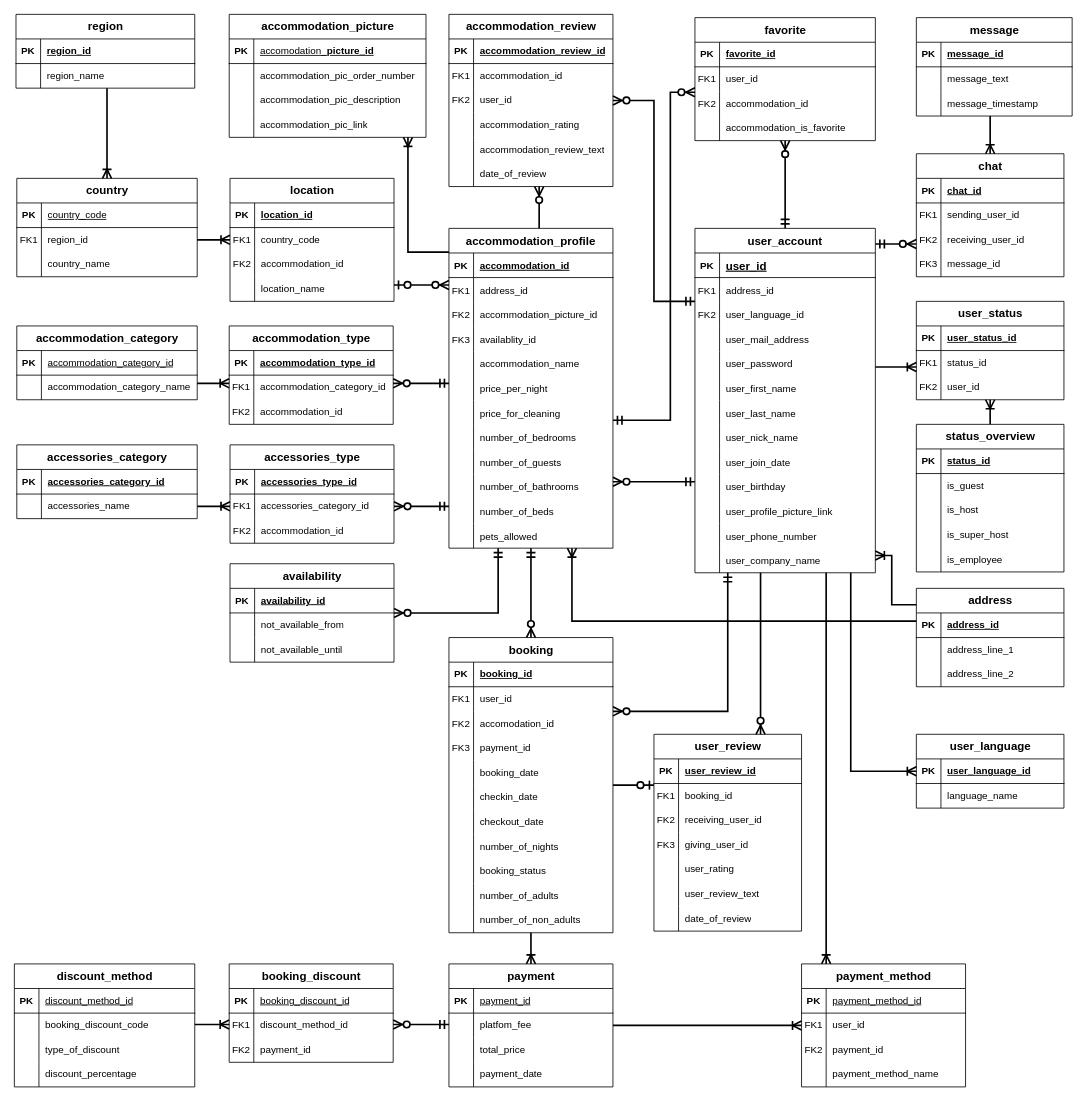
Before: Steffbnb.drawio in DaSteff91/SQL_Repo, a draw.io diagram. Source tidied: cells renumbered, new cells numbered last; positions are measured from the earlier drawing's top-left corner, leaving out a move shared by most shapes. Both pictures are drawn from the tidied source at 82%, with x=0, y=0 at pixel (14, 14).
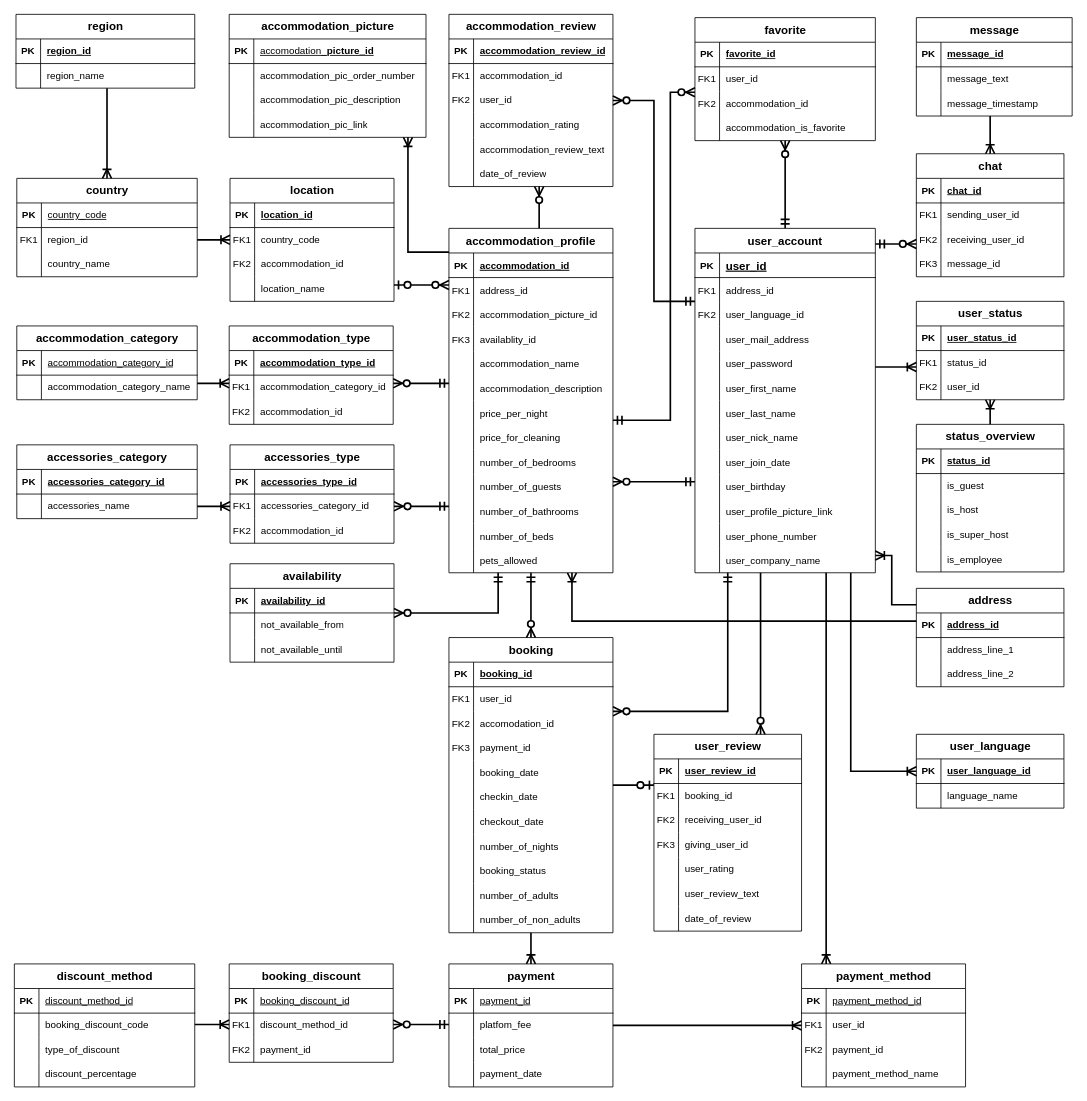
The same diagram, later.

Commit message:
Added accommodation_description in accommodation_profile

What changed in the source:
```diff
@@
     <mxCell id="42" value="accommodation_profile" style="shape=table;startSize=30;childLayout=tableLayout;rowLines=0;fontStyle=1;align=center;fontSize=14;labelBackgroundColor=none;" parent="1" vertex="1">
-      <mxGeometry x="530" y="261" width="200" height="390" as="geometry" />
+      <mxGeometry x="530" y="261" width="200" height="420" as="geometry" />
     </mxCell>
@@
+    <mxCell id="399" style="shape=partialRectangle;fillColor=none;top=0;left=0;right=0;bottom=0;labelBackgroundColor=none;" parent="42" vertex="1">
+      <mxGeometry y="180" width="200" height="30" as="geometry" />
+    </mxCell>
+    <mxCell id="400" style="shape=partialRectangle;overflow=hidden;fillColor=none;top=0;left=0;bottom=0;right=0;labelBackgroundColor=none;" parent="399" vertex="1">
+      <mxGeometry width="30" height="30" as="geometry" />
+    </mxCell>
+    <mxCell id="401" value="accommodation_description" style="shape=partialRectangle;overflow=hidden;fillColor=none;top=0;left=0;bottom=0;right=0;align=left;spacingLeft=6;labelBackgroundColor=none;" parent="399" vertex="1">
+      <mxGeometry x="30" width="170" height="30" as="geometry" />
+    </mxCell>
     <mxCell id="58" style="shape=partialRectangle;fillColor=none;top=0;left=0;right=0;bottom=0;labelBackgroundColor=none;" parent="42" vertex="1">
-      <mxGeometry y="180" width="200" height="30" as="geometry" />
+      <mxGeometry y="210" width="200" height="30" as="geometry" />
     </mxCell>
@@
     <mxCell id="61" style="shape=partialRectangle;fillColor=none;top=0;left=0;right=0;bottom=0;labelBackgroundColor=none;" parent="42" vertex="1">
-      <mxGeometry y="210" width="200" height="30" as="geometry" />
+      <mxGeometry y="240" width="200" height="30" as="geometry" />
     </mxCell>
@@
     <mxCell id="64" style="shape=partialRectangle;fillColor=none;top=0;left=0;right=0;bottom=0;labelBackgroundColor=none;" parent="42" vertex="1">
-      <mxGeometry y="240" width="200" height="30" as="geometry" />
+      <mxGeometry y="270" width="200" height="30" as="geometry" />
     </mxCell>
@@
     <mxCell id="67" style="shape=partialRectangle;fillColor=none;top=0;left=0;right=0;bottom=0;labelBackgroundColor=none;" parent="42" vertex="1">
-      <mxGeometry y="270" width="200" height="30" as="geometry" />
+      <mxGeometry y="300" width="200" height="30" as="geometry" />
     </mxCell>
@@
     <mxCell id="70" style="shape=partialRectangle;fillColor=none;top=0;left=0;right=0;bottom=0;labelBackgroundColor=none;" parent="42" vertex="1">
-      <mxGeometry y="300" width="200" height="30" as="geometry" />
+      <mxGeometry y="330" width="200" height="30" as="geometry" />
     </mxCell>
@@
     <mxCell id="73" style="shape=partialRectangle;fillColor=none;top=0;left=0;right=0;bottom=0;labelBackgroundColor=none;" parent="42" vertex="1">
-      <mxGeometry y="330" width="200" height="30" as="geometry" />
+      <mxGeometry y="360" width="200" height="30" as="geometry" />
     </mxCell>
@@
     <mxCell id="76" style="shape=partialRectangle;fillColor=none;top=0;left=0;right=0;bottom=0;labelBackgroundColor=none;" parent="42" vertex="1">
-      <mxGeometry y="360" width="200" height="30" as="geometry" />
+      <mxGeometry y="390" width="200" height="30" as="geometry" />
     </mxCell>
```
